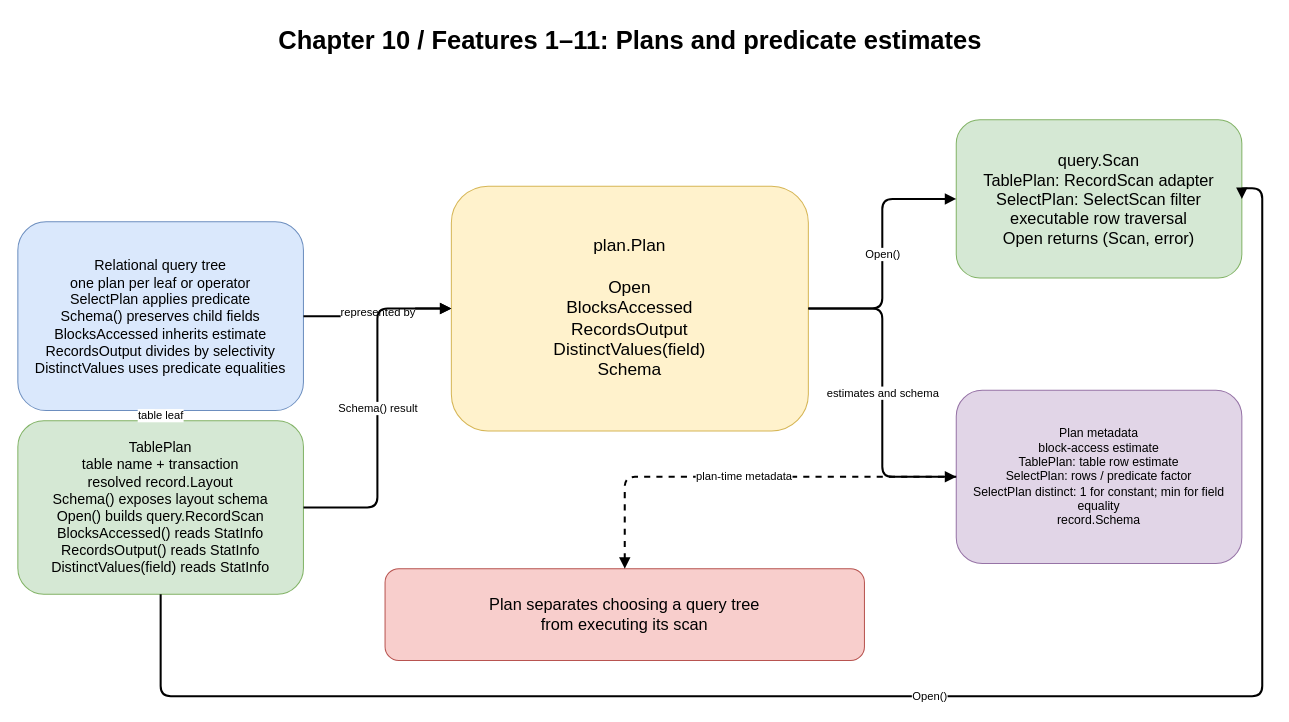
Earlier version of the draw.io diagram docs/diagrams/ch10-plan-contract.drawio (Rwatana/simledb_in_go). Source tidied: cells renumbered, new cells numbered last; positions are measured from the earlier drawing's top-left corner, leaving out a move shared by most shapes. Both pictures are drawn from the tidied source at 102%, with x=0, y=0 at pixel (17, 17).
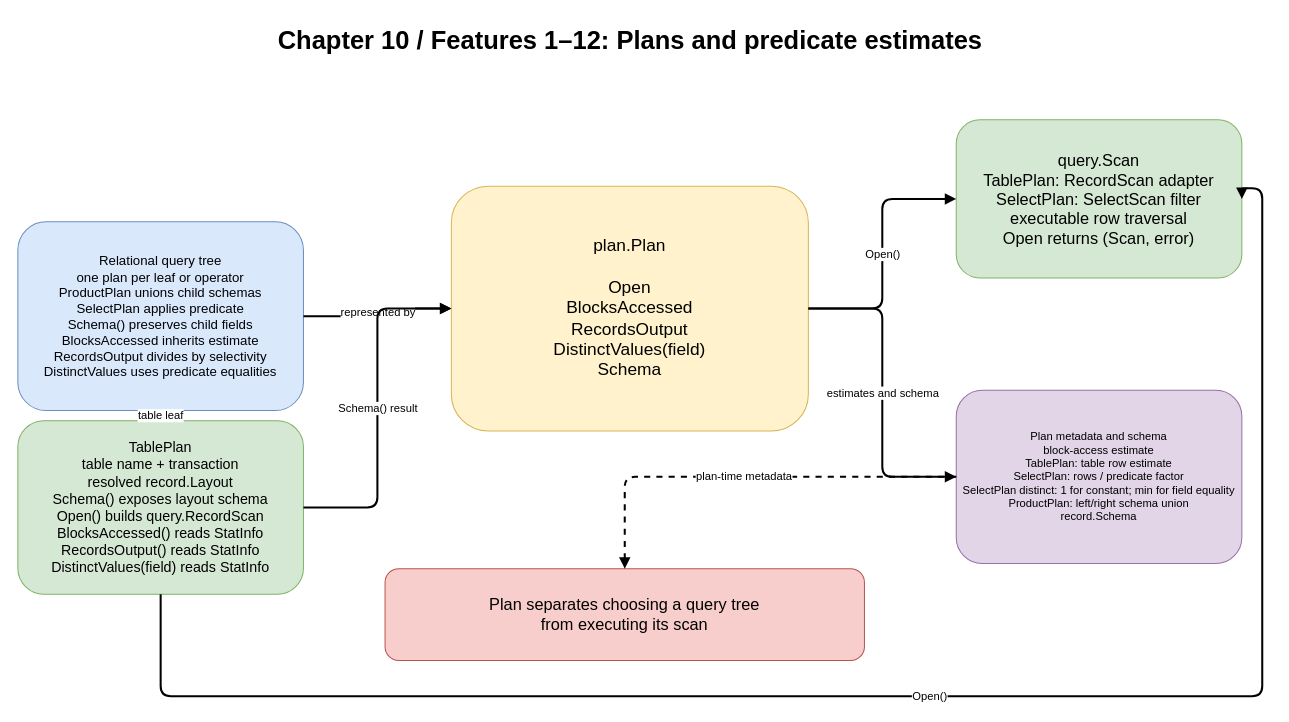
Above is the later version.

Commit message (it also covers changes not shown here):
feat: combine product plan schemas

The edit, as a diff of the source:
```diff
@@
 <mxGraphModel>
   <root>
     <mxCell id="0" />
     <mxCell id="1" parent="0" />
-    <mxCell id="2" value="Chapter 10 / Features 1–11: Plans and predicate estimates" style="text;html=1;align=center;fontSize=25;fontStyle=1;" parent="1" vertex="1">
+    <mxCell id="2" value="Chapter 10 / Features 1–12: Plans and predicate estimates" style="text;html=1;align=center;fontSize=25;fontStyle=1;" parent="1" vertex="1">
       <mxGeometry x="100" width="1000" height="55" as="geometry" />
     </mxCell>
-    <mxCell id="3" value="Relational query tree&#10;one plan per leaf or operator&#10;SelectPlan applies predicate&#10;Schema() preserves child fields&#10;BlocksAccessed inherits estimate&#10;RecordsOutput divides by selectivity&#10;DistinctValues uses predicate equalities" style="rounded=1;whiteSpace=wrap;html=1;fillColor=#dae8fc;strokeColor=#6c8ebf;fontSize=14;" parent="1" vertex="1">
+    <mxCell id="3" value="Relational query tree&#10;one plan per leaf or operator&#10;ProductPlan unions child schemas&#10;SelectPlan applies predicate&#10;Schema() preserves child fields&#10;BlocksAccessed inherits estimate&#10;RecordsOutput divides by selectivity&#10;DistinctValues uses predicate equalities" style="rounded=1;whiteSpace=wrap;html=1;fillColor=#dae8fc;strokeColor=#6c8ebf;fontSize=13;" parent="1" vertex="1">
       <mxGeometry y="200" width="280" height="185" as="geometry" />
     </mxCell>
     <mxCell id="4" value="TablePlan&#10;table name + transaction&#10;resolved record.Layout&#10;Schema() exposes layout schema&#10;Open() builds query.RecordScan&#10;BlocksAccessed() reads StatInfo&#10;RecordsOutput() reads StatInfo&#10;DistinctValues(field) reads StatInfo" style="rounded=1;whiteSpace=wrap;html=1;fillColor=#d5e8d4;strokeColor=#82b366;fontSize=14;" parent="1" vertex="1">
       <mxGeometry y="395" width="280" height="170" as="geometry" />
     </mxCell>
     <mxCell id="5" value="plan.Plan&#10;&#10;Open&#10;BlocksAccessed&#10;RecordsOutput&#10;DistinctValues(field)&#10;Schema" style="rounded=1;whiteSpace=wrap;html=1;fillColor=#fff2cc;strokeColor=#d6b656;fontSize=17;" parent="1" vertex="1">
       <mxGeometry x="425" y="165" width="350" height="240" as="geometry" />
     </mxCell>
     <mxCell id="6" value="query.Scan&#10;TablePlan: RecordScan adapter&#10;SelectPlan: SelectScan filter&#10;executable row traversal&#10;Open returns (Scan, error)" style="rounded=1;whiteSpace=wrap;html=1;fillColor=#d5e8d4;strokeColor=#82b366;fontSize=16;" parent="1" vertex="1">
       <mxGeometry x="920" y="100" width="280" height="155" as="geometry" />
     </mxCell>
-    <mxCell id="7" value="Plan metadata&#10;block-access estimate&#10;TablePlan: table row estimate&#10;SelectPlan: rows / predicate factor&#10;SelectPlan distinct: 1 for constant; min for field equality&#10;record.Schema" style="rounded=1;whiteSpace=wrap;html=1;fillColor=#e1d5e7;strokeColor=#9673a6;fontSize=12;" parent="1" vertex="1">
+    <mxCell id="7" value="Plan metadata and schema&#10;block-access estimate&#10;TablePlan: table row estimate&#10;SelectPlan: rows / predicate factor&#10;SelectPlan distinct: 1 for constant; min for field equality&#10;ProductPlan: left/right schema union&#10;record.Schema" style="rounded=1;whiteSpace=wrap;html=1;fillColor=#e1d5e7;strokeColor=#9673a6;fontSize=11;" parent="1" vertex="1">
       <mxGeometry x="920" y="365" width="280" height="170" as="geometry" />
     </mxCell>
     <mxCell id="8" value="Plan separates choosing a query tree&#10;from executing its scan" style="rounded=1;whiteSpace=wrap;html=1;fillColor=#f8cecc;strokeColor=#b85450;fontSize=16;" parent="1" vertex="1">
       <mxGeometry x="360" y="540" width="470" height="90" as="geometry" />
     </mxCell>
     <mxCell id="9" value="represented by" style="edgeStyle=orthogonalEdgeStyle;html=1;endArrow=block;strokeWidth=2;" parent="1" edge="1" source="3" target="5">
       <mxGeometry relative="1" as="geometry" />
     </mxCell>
     <mxCell id="10" value="table leaf" style="edgeStyle=orthogonalEdgeStyle;html=1;endArrow=block;strokeWidth=2;" parent="1" edge="1" source="3" target="4">
       <mxGeometry relative="1" as="geometry" />
     </mxCell>
     <mxCell id="11" value="Schema() result" style="edgeStyle=orthogonalEdgeStyle;html=1;endArrow=block;strokeWidth=2;" parent="1" edge="1" source="4" target="5">
       <mxGeometry relative="1" as="geometry" />
     </mxCell>
     <mxCell id="12" value="Open()" style="edgeStyle=orthogonalEdgeStyle;html=1;endArrow=block;strokeWidth=2;exitX=0.5;exitY=1;exitDx=0;exitDy=0;entryX=1;entryY=0.5;entryDx=0;entryDy=0;" parent="1" edge="1" source="4" target="6">
       <mxGeometry relative="1" as="geometry">
         <Array as="points">
           <mxPoint x="140" y="665" />
           <mxPoint x="1220" y="665" />
           <mxPoint x="1220" y="167" />
         </Array>
       </mxGeometry>
     </mxCell>
     <mxCell id="13" value="Open()" style="edgeStyle=orthogonalEdgeStyle;html=1;endArrow=block;strokeWidth=2;" parent="1" edge="1" source="5" target="6">
       <mxGeometry relative="1" as="geometry" />
     </mxCell>
     <mxCell id="14" value="estimates and schema" style="edgeStyle=orthogonalEdgeStyle;html=1;endArrow=block;strokeWidth=2;" parent="1" edge="1" source="5" target="7">
       <mxGeometry relative="1" as="geometry" />
     </mxCell>
     <mxCell id="15" value="plan-time metadata" style="edgeStyle=orthogonalEdgeStyle;html=1;endArrow=block;strokeWidth=2;dashed=1;" parent="1" edge="1" source="7" target="8">
       <mxGeometry relative="1" as="geometry" />
     </mxCell>
   </root>
 </mxGraphModel>
```
